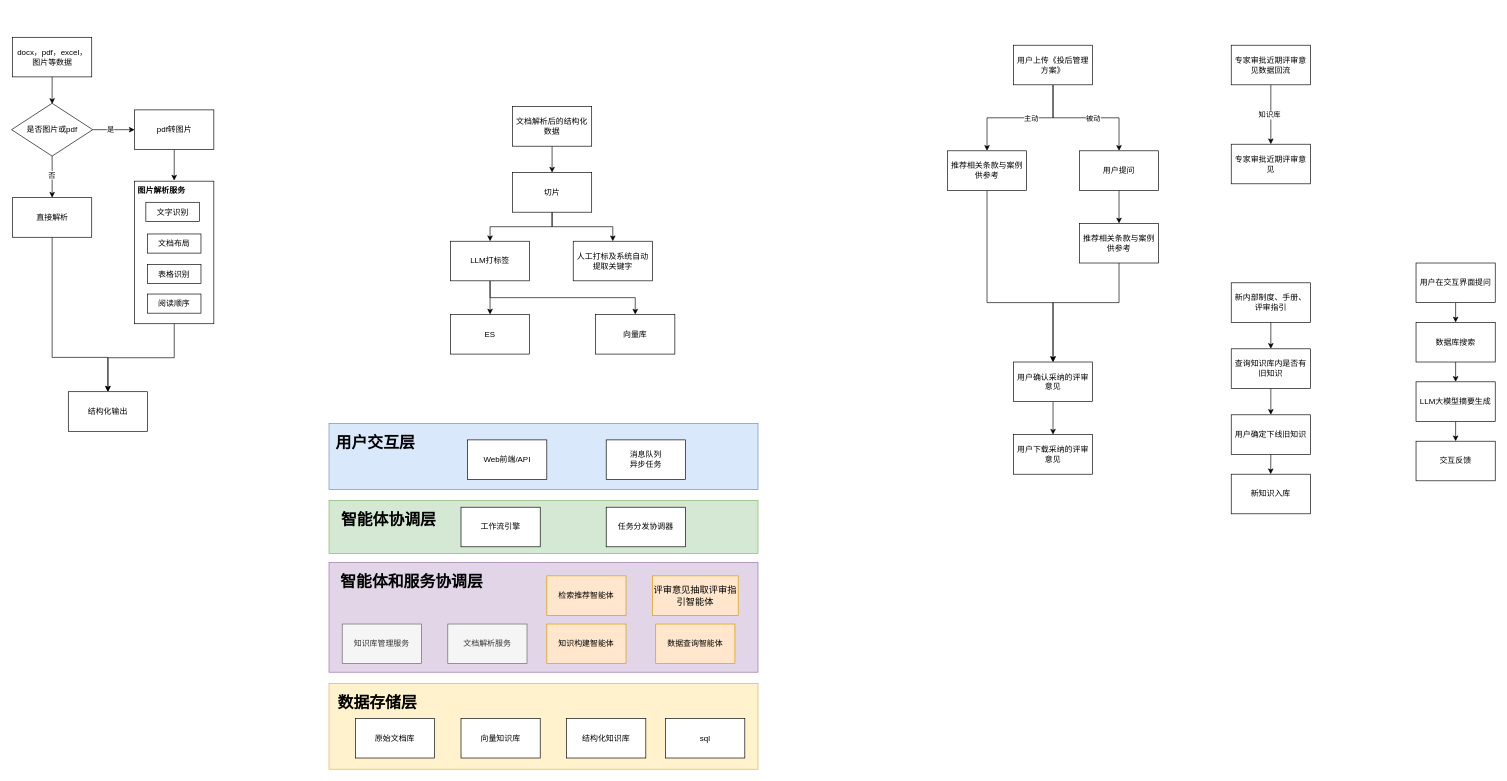
This is 未命名绘图.drawio from archwolf118/AI, a draw.io file, before an edit. Source tidied: cells renumbered, new cells numbered last; positions are measured from the earlier drawing's top-left corner, leaving out a move shared by most shapes. Both pictures are drawn from the tidied source at 66%, with x=0, y=0 at pixel (11, 37).
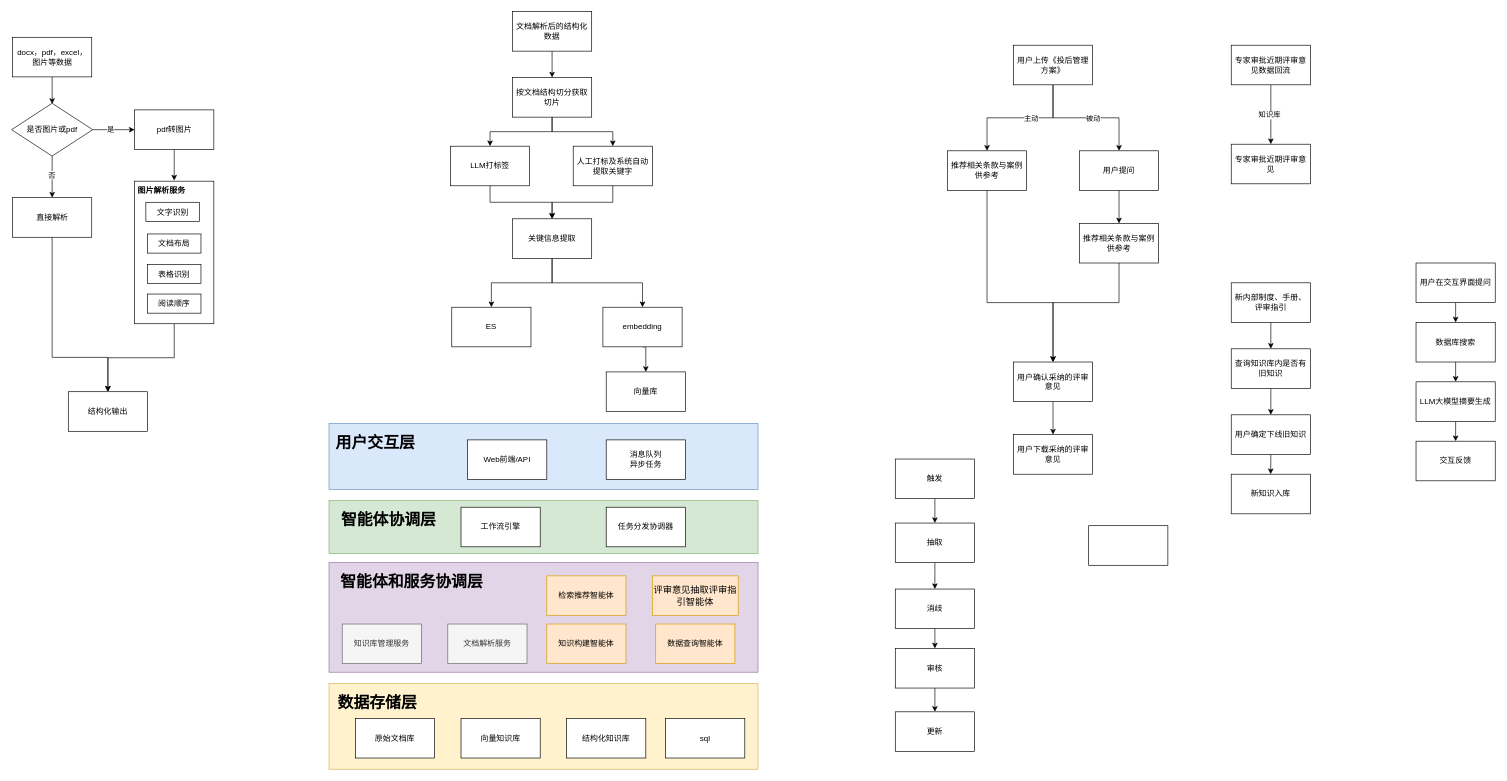
The same page after the edit.

Commit message:
更新未命名绘图.drawio

The edit, as a diff of the source:
```diff
@@
     <mxCell id="5" value="文档解析后的结构化数据" style="rounded=0;whiteSpace=wrap;html=1;" parent="1" vertex="1">
-      <mxGeometry x="759" y="105" width="120" height="60" as="geometry" />
+      <mxGeometry x="759" y="-39" width="120" height="60" as="geometry" />
     </mxCell>
@@
-    <mxCell id="8" value="切片" style="rounded=0;whiteSpace=wrap;html=1;" parent="1" vertex="1">
-      <mxGeometry x="759" y="205" width="120" height="60" as="geometry" />
+    <mxCell id="8" value="按文档结构切分获取切片" style="rounded=0;whiteSpace=wrap;html=1;" parent="1" vertex="1">
+      <mxGeometry x="759" y="61" width="120" height="60" as="geometry" />
     </mxCell>
-    <mxCell id="9" style="edgeStyle=orthogonalEdgeStyle;rounded=0;jettySize=auto;html=1;exitX=0.5;exitY=1;exitDx=0;exitDy=0;entryX=0.5;entryY=0;entryDx=0;entryDy=0;" parent="1" edge="1" source="11" target="12">
-      <mxGeometry relative="1" as="geometry" />
-    </mxCell>
-    <mxCell id="10" style="edgeStyle=orthogonalEdgeStyle;rounded=0;jettySize=auto;html=1;exitX=0.5;exitY=1;exitDx=0;exitDy=0;entryX=0.5;entryY=0;entryDx=0;entryDy=0;" parent="1" edge="1" source="11" target="13">
-      <mxGeometry relative="1" as="geometry" />
-    </mxCell>
+    <mxCell id="86" style="edgeStyle=orthogonalEdgeStyle;rounded=0;jettySize=auto;html=1;exitX=0.5;exitY=1;exitDx=0;exitDy=0;entryX=0.5;entryY=0;entryDx=0;entryDy=0;" parent="1" edge="1" source="11" target="91">
+      <mxGeometry relative="1" as="geometry" />
+    </mxCell>
     <mxCell id="11" value="LLM打标签" style="rounded=0;whiteSpace=wrap;html=1;" parent="1" vertex="1">
-      <mxGeometry x="665" y="309" width="120" height="60" as="geometry" />
+      <mxGeometry x="665" y="165" width="120" height="60" as="geometry" />
     </mxCell>
     <mxCell id="12" value="ES" style="rounded=0;whiteSpace=wrap;html=1;" parent="1" vertex="1">
-      <mxGeometry x="665" y="420" width="120" height="60" as="geometry" />
+      <mxGeometry x="667" y="409" width="120" height="60" as="geometry" />
     </mxCell>
+    <mxCell id="87" style="edgeStyle=orthogonalEdgeStyle;rounded=0;jettySize=auto;html=1;exitX=0.5;exitY=1;exitDx=0;exitDy=0;entryX=0.5;entryY=0;entryDx=0;entryDy=0;" parent="1" edge="1" source="13" target="92">
+      <mxGeometry relative="1" as="geometry" />
+    </mxCell>
-    <mxCell id="13" value="向量库" style="rounded=0;whiteSpace=wrap;html=1;" parent="1" vertex="1">
-      <mxGeometry x="885" y="420" width="120" height="60" as="geometry" />
+    <mxCell id="13" value="embedding" style="rounded=0;whiteSpace=wrap;html=1;" parent="1" vertex="1">
+      <mxGeometry x="896" y="409" width="120" height="60" as="geometry" />
     </mxCell>
@@
+    <mxCell id="88" style="edgeStyle=orthogonalEdgeStyle;rounded=0;jettySize=auto;html=1;exitX=0.5;exitY=1;exitDx=0;exitDy=0;entryX=0.5;entryY=0;entryDx=0;entryDy=0;" parent="1" edge="1" source="85" target="91">
+      <mxGeometry relative="1" as="geometry" />
+    </mxCell>
     <mxCell id="85" value="人工打标及系统自动提取关键字" style="rounded=0;whiteSpace=wrap;html=1;" parent="1" vertex="1">
-      <mxGeometry x="851" y="309" width="120" height="60" as="geometry" />
+      <mxGeometry x="851" y="165" width="120" height="60" as="geometry" />
     </mxCell>
+    <mxCell id="89" style="edgeStyle=orthogonalEdgeStyle;rounded=0;jettySize=auto;html=1;exitX=0.5;exitY=1;exitDx=0;exitDy=0;" parent="1" edge="1" source="91" target="12">
+      <mxGeometry relative="1" as="geometry" />
+    </mxCell>
+    <mxCell id="90" style="edgeStyle=orthogonalEdgeStyle;rounded=0;jettySize=auto;html=1;exitX=0.5;exitY=1;exitDx=0;exitDy=0;entryX=0.5;entryY=0;entryDx=0;entryDy=0;" parent="1" edge="1" source="91" target="13">
+      <mxGeometry relative="1" as="geometry" />
+    </mxCell>
+    <mxCell id="91" value="关键信息提取" style="rounded=0;whiteSpace=wrap;html=1;" parent="1" vertex="1">
+      <mxGeometry x="759" y="275" width="120" height="60" as="geometry" />
+    </mxCell>
+    <mxCell id="92" value="向量库" style="rounded=0;whiteSpace=wrap;html=1;" parent="1" vertex="1">
+      <mxGeometry x="901" y="507" width="120" height="60" as="geometry" />
+    </mxCell>
+    <mxCell id="93" style="edgeStyle=orthogonalEdgeStyle;rounded=0;jettySize=auto;html=1;exitX=0.5;exitY=1;exitDx=0;exitDy=0;entryX=0.5;entryY=0;entryDx=0;entryDy=0;" parent="1" edge="1" source="94" target="96">
+      <mxGeometry relative="1" as="geometry" />
+    </mxCell>
+    <mxCell id="94" value="触发" style="rounded=0;whiteSpace=wrap;html=1;" parent="1" vertex="1">
+      <mxGeometry x="1339" y="639" width="120" height="60" as="geometry" />
+    </mxCell>
+    <mxCell id="95" style="edgeStyle=orthogonalEdgeStyle;rounded=0;jettySize=auto;html=1;exitX=0.5;exitY=1;exitDx=0;exitDy=0;entryX=0.5;entryY=0;entryDx=0;entryDy=0;" parent="1" edge="1" source="96" target="98">
+      <mxGeometry relative="1" as="geometry" />
+    </mxCell>
+    <mxCell id="96" value="抽取" style="rounded=0;whiteSpace=wrap;html=1;" parent="1" vertex="1">
+      <mxGeometry x="1339" y="736" width="120" height="60" as="geometry" />
+    </mxCell>
+    <mxCell id="97" style="edgeStyle=orthogonalEdgeStyle;rounded=0;jettySize=auto;html=1;exitX=0.5;exitY=1;exitDx=0;exitDy=0;entryX=0.5;entryY=0;entryDx=0;entryDy=0;" parent="1" edge="1" source="98" target="100">
+      <mxGeometry relative="1" as="geometry" />
+    </mxCell>
+    <mxCell id="98" value="消歧" style="rounded=0;whiteSpace=wrap;html=1;" parent="1" vertex="1">
+      <mxGeometry x="1339" y="836" width="120" height="60" as="geometry" />
+    </mxCell>
+    <mxCell id="99" style="edgeStyle=orthogonalEdgeStyle;rounded=0;jettySize=auto;html=1;exitX=0.5;exitY=1;exitDx=0;exitDy=0;entryX=0.5;entryY=0;entryDx=0;entryDy=0;" parent="1" edge="1" source="100" target="101">
+      <mxGeometry relative="1" as="geometry" />
+    </mxCell>
+    <mxCell id="100" value="审核" style="rounded=0;whiteSpace=wrap;html=1;" parent="1" vertex="1">
+      <mxGeometry x="1339" y="926" width="120" height="60" as="geometry" />
+    </mxCell>
+    <mxCell id="101" value="更新" style="rounded=0;whiteSpace=wrap;html=1;" parent="1" vertex="1">
+      <mxGeometry x="1339" y="1022" width="120" height="60" as="geometry" />
+    </mxCell>
+    <mxCell id="102" style="rounded=0;whiteSpace=wrap;html=1;" parent="1" vertex="1">
+      <mxGeometry x="1632" y="740" width="120" height="60" as="geometry" />
+    </mxCell>
```
